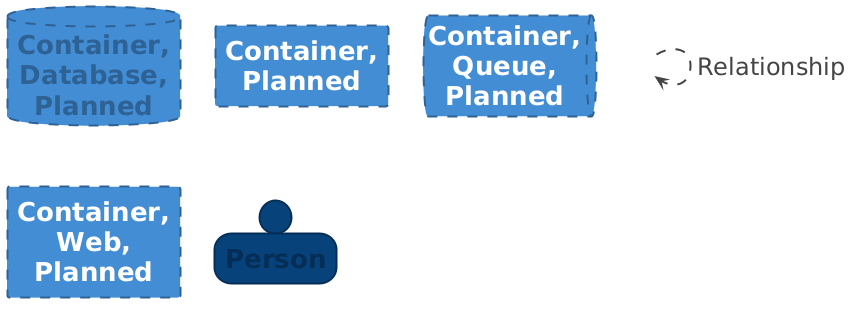
The PlantUML diagram documentation/c4/images/structurizr-Register-key.png in raphaelkwek/event-planning-and-venue-booking-system, before a commit. The source it was exported from:
```plantuml
@startuml

set separator none
hide stereotype

<style>
  root {
    BackgroundColor: #ffffff;
    FontColor: #444444;
  }
  // Element,Container,Database,Planned
  .Element-RWxlbWVudCxDb250YWluZXIsRGF0YWJhc2UsUGxhbm5lZA== {
    BackgroundColor: #438dd5;
    LineColor: #2e6295;
    LineStyle: 10-10;
    LineThickness: 2;
    FontColor: #2e6295;
    FontSize: 24;
    HorizontalAlignment: center;
    Shadowing: 0;
    MaximumWidth: 200;
  }
  // Element,Container,Planned
  .Element-RWxlbWVudCxDb250YWluZXIsUGxhbm5lZA== {
    BackgroundColor: #438dd5;
    LineColor: #2e6295;
    LineStyle: 10-10;
    LineThickness: 2;
    FontColor: #ffffff;
    FontSize: 24;
    HorizontalAlignment: center;
    Shadowing: 0;
    MaximumWidth: 200;
  }
  // Element,Container,Queue,Planned
  .Element-RWxlbWVudCxDb250YWluZXIsUXVldWUsUGxhbm5lZA== {
    BackgroundColor: #438dd5;
    LineColor: #2e6295;
    LineStyle: 10-10;
    LineThickness: 2;
    FontColor: #ffffff;
    FontSize: 24;
    HorizontalAlignment: center;
    Shadowing: 0;
    MaximumWidth: 200;
  }
  // Element,Container,Web,Planned
  .Element-RWxlbWVudCxDb250YWluZXIsV2ViLFBsYW5uZWQ= {
    BackgroundColor: #438dd5;
    LineColor: #2e6295;
    LineStyle: 10-10;
    LineThickness: 2;
    FontColor: #ffffff;
    FontSize: 24;
    HorizontalAlignment: center;
    Shadowing: 0;
    MaximumWidth: 200;
  }
  // Element,Person
  .Element-RWxlbWVudCxQZXJzb24= {
    BackgroundColor: #08427b;
    LineColor: #052e56;
    LineStyle: 0;
    LineThickness: 2;
    FontColor: #052e56;
    FontSize: 24;
    HorizontalAlignment: center;
    Shadowing: 0;
    MaximumWidth: 200;
  }
  // Relationship
  .Relationship-UmVsYXRpb25zaGlw {
    LineThickness: 2;
    LineStyle: 10-10;
    LineColor: #444444;
    FontColor: #444444;
    FontSize: 24;
    MaximumWidth: 200;
  }
  // ConnectSphere
  .Boundary-Q29ubmVjdFNwaGVyZQ== {
    BackgroundColor: #ffffff;
    LineColor: #0b4884;
    LineStyle: 0;
    LineThickness: 2;
    FontColor: #ffffff;
    FontSize: 24;
    HorizontalAlignment: center;
    Shadowing: 0;
  }
  // transparent element for relationships in legend
  .Element-Transparent {
    BackgroundColor: transparent;
    LineColor: transparent;
    FontColor: transparent;
  }
</style>

database "==Container, Database, Planned" <<Element-RWxlbWVudCxDb250YWluZXIsRGF0YWJhc2UsUGxhbm5lZA==>>

rectangle "==Container, Planned" <<Element-RWxlbWVudCxDb250YWluZXIsUGxhbm5lZA==>>

queue "==Container, Queue, Planned" <<Element-RWxlbWVudCxDb250YWluZXIsUXVldWUsUGxhbm5lZA==>>

rectangle "==Container, Web, Planned" <<Element-RWxlbWVudCxDb250YWluZXIsV2ViLFBsYW5uZWQ=>>

person "==Person" <<Element-RWxlbWVudCxQZXJzb24=>>

rectangle "." <<.Element-Transparent>> as 1
1 --> 1 <<Relationship-UmVsYXRpb25zaGlw>> : "Relationship"

@enduml
```
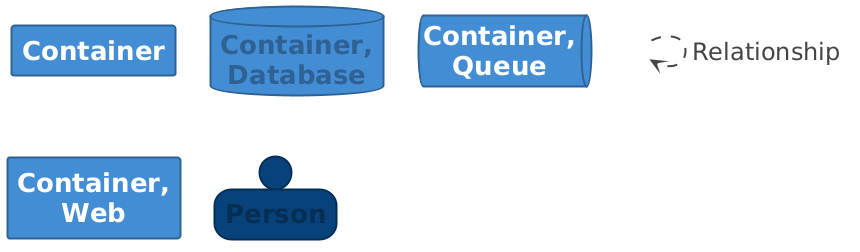
The same file after the commit.

The edit, as a diff of the source:
```diff
@@ -8,11 +8,23 @@
     BackgroundColor: #ffffff;
     FontColor: #444444;
   }
-  // Element,Container,Database,Planned
-  .Element-RWxlbWVudCxDb250YWluZXIsRGF0YWJhc2UsUGxhbm5lZA== {
+  // Element,Container
+  .Element-RWxlbWVudCxDb250YWluZXI= {
     BackgroundColor: #438dd5;
     LineColor: #2e6295;
-    LineStyle: 10-10;
+    LineStyle: 0;
+    LineThickness: 2;
+    FontColor: #ffffff;
+    FontSize: 24;
+    HorizontalAlignment: center;
+    Shadowing: 0;
+    MaximumWidth: 200;
+  }
+  // Element,Container,Database
+  .Element-RWxlbWVudCxDb250YWluZXIsRGF0YWJhc2U= {
+    BackgroundColor: #438dd5;
+    LineColor: #2e6295;
+    LineStyle: 0;
     LineThickness: 2;
     FontColor: #2e6295;
     FontSize: 24;
@@ -20,11 +32,11 @@
     Shadowing: 0;
     MaximumWidth: 200;
   }
-  // Element,Container,Planned
-  .Element-RWxlbWVudCxDb250YWluZXIsUGxhbm5lZA== {
+  // Element,Container,Queue
+  .Element-RWxlbWVudCxDb250YWluZXIsUXVldWU= {
     BackgroundColor: #438dd5;
     LineColor: #2e6295;
-    LineStyle: 10-10;
+    LineStyle: 0;
     LineThickness: 2;
     FontColor: #ffffff;
     FontSize: 24;
@@ -32,23 +44,11 @@
     Shadowing: 0;
     MaximumWidth: 200;
   }
-  // Element,Container,Queue,Planned
-  .Element-RWxlbWVudCxDb250YWluZXIsUXVldWUsUGxhbm5lZA== {
+  // Element,Container,Web
+  .Element-RWxlbWVudCxDb250YWluZXIsV2Vi {
     BackgroundColor: #438dd5;
     LineColor: #2e6295;
-    LineStyle: 10-10;
-    LineThickness: 2;
-    FontColor: #ffffff;
-    FontSize: 24;
-    HorizontalAlignment: center;
-    Shadowing: 0;
-    MaximumWidth: 200;
-  }
-  // Element,Container,Web,Planned
-  .Element-RWxlbWVudCxDb250YWluZXIsV2ViLFBsYW5uZWQ= {
-    BackgroundColor: #438dd5;
-    LineColor: #2e6295;
-    LineStyle: 10-10;
+    LineStyle: 0;
     LineThickness: 2;
     FontColor: #ffffff;
     FontSize: 24;
@@ -96,13 +96,13 @@
   }
 </style>
 
-database "==Container, Database, Planned" <<Element-RWxlbWVudCxDb250YWluZXIsRGF0YWJhc2UsUGxhbm5lZA==>>
+rectangle "==Container" <<Element-RWxlbWVudCxDb250YWluZXI=>>
 
-rectangle "==Container, Planned" <<Element-RWxlbWVudCxDb250YWluZXIsUGxhbm5lZA==>>
+database "==Container, Database" <<Element-RWxlbWVudCxDb250YWluZXIsRGF0YWJhc2U=>>
 
-queue "==Container, Queue, Planned" <<Element-RWxlbWVudCxDb250YWluZXIsUXVldWUsUGxhbm5lZA==>>
+queue "==Container, Queue" <<Element-RWxlbWVudCxDb250YWluZXIsUXVldWU=>>
 
-rectangle "==Container, Web, Planned" <<Element-RWxlbWVudCxDb250YWluZXIsV2ViLFBsYW5uZWQ=>>
+rectangle "==Container, Web" <<Element-RWxlbWVudCxDb250YWluZXIsV2Vi>>
 
 person "==Person" <<Element-RWxlbWVudCxQZXJzb24=>>
 
```
